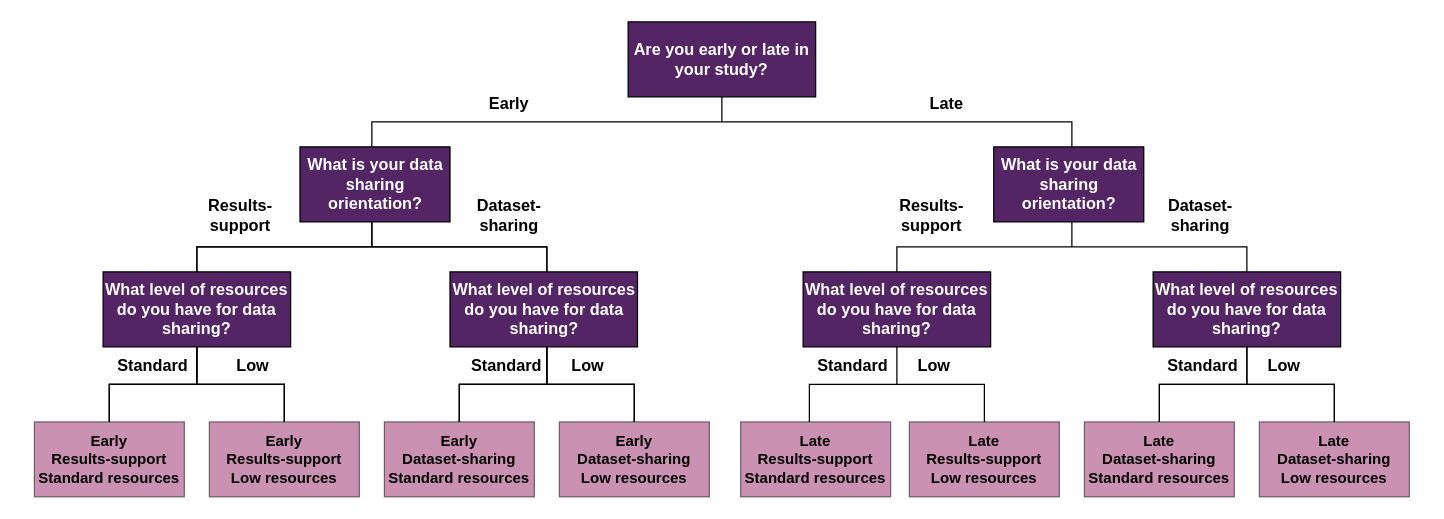
Earlier version of the draw.io diagram docs/fit/best-fit-recs/assets/dec-tree-2.drawio (norc-heal/heal-data-pkg-guide). Source tidied: cells renumbered, new cells numbered last; positions are measured from the earlier drawing's top-left corner, leaving out a move shared by most shapes. Both pictures are drawn from the tidied source at 125%, with x=0, y=0 at pixel (34, 21).
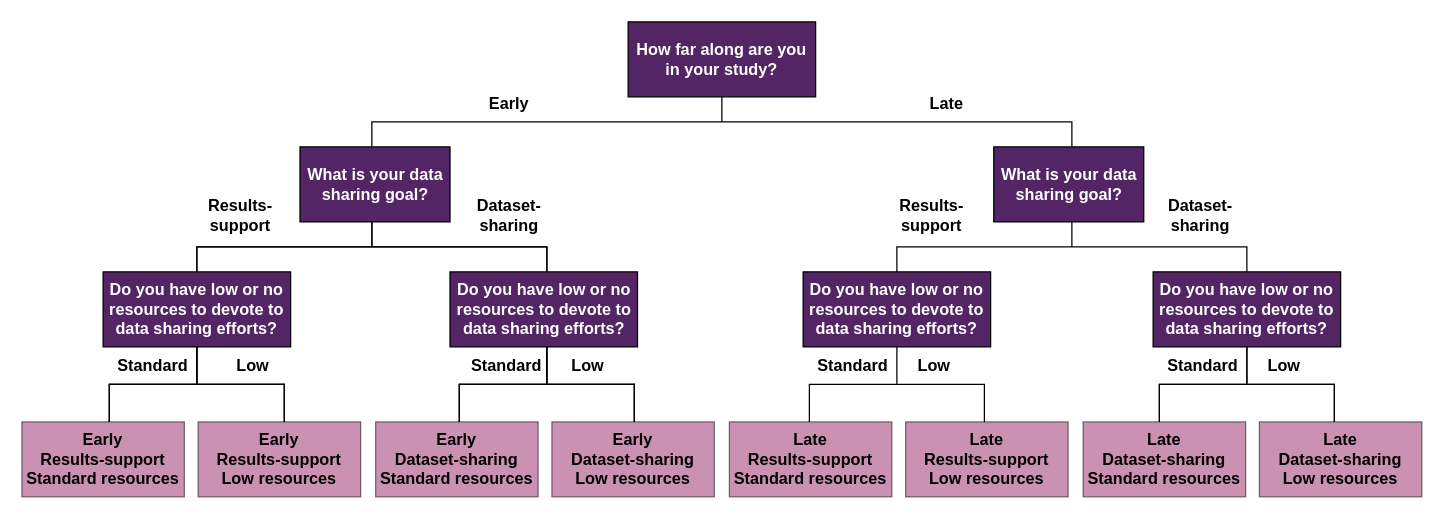
The same diagram, later.

Change to the diagram source:
```diff
@@
-    <mxCell id="6" value="Are you early or late in your study?" style="rounded=0;whiteSpace=wrap;html=1;fontStyle=1;fontSize=13;fillColor=#532565;strokeColor=#000000;fontColor=#FFFFFF;" parent="1" vertex="1">
+    <mxCell id="6" value="How far along are you in your study?" style="rounded=0;whiteSpace=wrap;html=1;fontStyle=1;fontSize=13;fillColor=#532565;strokeColor=#000000;fontColor=#FFFFFF;" parent="1" vertex="1">
       <mxGeometry x="475" width="150" height="60" as="geometry" />
     </mxCell>
-    <mxCell id="7" value="What is your data sharing orientation?" style="rounded=0;whiteSpace=wrap;html=1;fontStyle=1;fontSize=13;fillColor=#532565;fontColor=#FFFFFF;" parent="1" vertex="1">
+    <mxCell id="7" value="What is your data sharing goal?" style="rounded=0;whiteSpace=wrap;html=1;fontStyle=1;fontSize=13;fillColor=#532565;fontColor=#FFFFFF;" parent="1" vertex="1">
       <mxGeometry x="212.5" y="100" width="120" height="60" as="geometry" />
     </mxCell>
-    <mxCell id="8" value="What is your data sharing orientation?" style="rounded=0;whiteSpace=wrap;html=1;fontStyle=1;fontSize=13;fillColor=#532565;fontColor=#FFFFFF;" parent="1" vertex="1">
+    <mxCell id="8" value="What is your data sharing goal?" style="rounded=0;whiteSpace=wrap;html=1;fontStyle=1;fontSize=13;fillColor=#532565;fontColor=#FFFFFF;" parent="1" vertex="1">
       <mxGeometry x="767.5" y="100" width="120" height="60" as="geometry" />
     </mxCell>
-    <mxCell id="9" value="What level of resources do you have for data sharing?" style="rounded=0;whiteSpace=wrap;html=1;fontStyle=1;fontSize=13;fillColor=#532565;fontColor=#FFFFFF;" parent="1" vertex="1">
+    <mxCell id="9" value="Do you have low or no resources to devote to data sharing efforts?" style="rounded=0;whiteSpace=wrap;html=1;fontStyle=1;fontSize=13;fillColor=#532565;fontColor=#FFFFFF;" parent="1" vertex="1">
       <mxGeometry x="55" y="200" width="150" height="60" as="geometry" />
     </mxCell>
@@
-    <mxCell id="17" value="Early&lt;br&gt;Results-support&lt;br&gt;Low resources" style="rounded=0;whiteSpace=wrap;html=1;fontStyle=1;fillColor=#982568;opacity=50;" parent="1" vertex="1">
-      <mxGeometry x="140" y="320" width="120" height="60" as="geometry" />
+    <mxCell id="17" value="Early&lt;br style=&quot;font-size: 13px;&quot;&gt;Results-support&lt;br style=&quot;font-size: 13px;&quot;&gt;Low resources" style="rounded=0;whiteSpace=wrap;html=1;fontStyle=1;fillColor=#982568;opacity=50;fontSize=13;" parent="1" vertex="1">
+      <mxGeometry x="131" y="320" width="130" height="60" as="geometry" />
     </mxCell>
-    <mxCell id="18" value="Early&lt;br&gt;Dataset-sharing&lt;br&gt;Standard resources" style="rounded=0;whiteSpace=wrap;html=1;fontStyle=1;fillColor=#982568;opacity=50;" parent="1" vertex="1">
-      <mxGeometry x="280" y="320" width="120" height="60" as="geometry" />
+    <mxCell id="18" value="Early&lt;br style=&quot;font-size: 13px;&quot;&gt;Dataset-sharing&lt;br style=&quot;font-size: 13px;&quot;&gt;Standard resources" style="rounded=0;whiteSpace=wrap;html=1;fontStyle=1;fillColor=#982568;opacity=50;fontSize=13;" parent="1" vertex="1">
+      <mxGeometry x="273" y="320" width="130" height="60" as="geometry" />
     </mxCell>
-    <mxCell id="19" value="Early&lt;br&gt;Dataset-sharing&lt;br&gt;Low resources" style="rounded=0;whiteSpace=wrap;html=1;fontStyle=1;fillColor=#982568;opacity=50;" parent="1" vertex="1">
-      <mxGeometry x="420" y="320" width="120" height="60" as="geometry" />
+    <mxCell id="19" value="Early&lt;br style=&quot;font-size: 13px;&quot;&gt;Dataset-sharing&lt;br style=&quot;font-size: 13px;&quot;&gt;Low resources" style="rounded=0;whiteSpace=wrap;html=1;fontStyle=1;fillColor=#982568;opacity=50;fontSize=13;" parent="1" vertex="1">
+      <mxGeometry x="414" y="320" width="130" height="60" as="geometry" />
     </mxCell>
-    <mxCell id="20" value="Late&lt;br&gt;Results-support&lt;br&gt;Standard resources" style="rounded=0;whiteSpace=wrap;html=1;fontStyle=1;fillColor=#982568;opacity=50;" parent="1" vertex="1">
-      <mxGeometry x="565" y="320" width="120" height="60" as="geometry" />
+    <mxCell id="20" value="Late&lt;br style=&quot;font-size: 13px;&quot;&gt;Results-support&lt;br style=&quot;font-size: 13px;&quot;&gt;Standard resources" style="rounded=0;whiteSpace=wrap;html=1;fontStyle=1;fillColor=#982568;opacity=50;fontSize=13;" parent="1" vertex="1">
+      <mxGeometry x="556" y="320" width="130" height="60" as="geometry" />
     </mxCell>
-    <mxCell id="21" value="Late&lt;br&gt;Results-support&lt;br&gt;Low resources" style="rounded=0;whiteSpace=wrap;html=1;fontStyle=1;fillColor=#982568;opacity=50;" parent="1" vertex="1">
-      <mxGeometry x="700" y="320" width="120" height="60" as="geometry" />
+    <mxCell id="21" value="Late&lt;br style=&quot;font-size: 13px;&quot;&gt;Results-support&lt;br style=&quot;font-size: 13px;&quot;&gt;Low resources" style="rounded=0;whiteSpace=wrap;html=1;fontStyle=1;fillColor=#982568;opacity=50;fontSize=13;" parent="1" vertex="1">
+      <mxGeometry x="697" y="320" width="130" height="60" as="geometry" />
     </mxCell>
-    <mxCell id="22" value="Late&lt;br&gt;Dataset-sharing&lt;br&gt;Standard resources" style="rounded=0;whiteSpace=wrap;html=1;fontStyle=1;fillColor=#982568;opacity=50;" parent="1" vertex="1">
-      <mxGeometry x="840" y="320" width="120" height="60" as="geometry" />
+    <mxCell id="22" value="Late&lt;br style=&quot;font-size: 13px;&quot;&gt;Dataset-sharing&lt;br style=&quot;font-size: 13px;&quot;&gt;Standard resources" style="rounded=0;whiteSpace=wrap;html=1;fontStyle=1;fillColor=#982568;opacity=50;fontSize=13;" parent="1" vertex="1">
+      <mxGeometry x="839" y="320" width="130" height="60" as="geometry" />
     </mxCell>
-    <mxCell id="23" value="Late&lt;br&gt;Dataset-sharing&lt;br&gt;Low resources" style="rounded=0;whiteSpace=wrap;html=1;fontStyle=1;fillColor=#982568;opacity=50;" parent="1" vertex="1">
-      <mxGeometry x="980" y="320" width="120" height="60" as="geometry" />
+    <mxCell id="23" value="Late&lt;br style=&quot;font-size: 13px;&quot;&gt;Dataset-sharing&lt;br style=&quot;font-size: 13px;&quot;&gt;Low resources" style="rounded=0;whiteSpace=wrap;html=1;fontStyle=1;fillColor=#982568;opacity=50;fontSize=13;" parent="1" vertex="1">
+      <mxGeometry x="980" y="320" width="130" height="60" as="geometry" />
     </mxCell>
@@
-    <mxCell id="37" value="Early&lt;br&gt;Results-support&lt;br&gt;Standard resources" style="rounded=0;whiteSpace=wrap;html=1;fontStyle=1;fillColor=#982568;opacity=50;" parent="1" vertex="1">
-      <mxGeometry y="320" width="120" height="60" as="geometry" />
+    <mxCell id="37" value="Early&lt;br style=&quot;font-size: 13px;&quot;&gt;Results-support&lt;br style=&quot;font-size: 13px;&quot;&gt;Standard resources" style="rounded=0;whiteSpace=wrap;html=1;fontStyle=1;fillColor=#982568;opacity=50;fontSize=13;" parent="1" vertex="1">
+      <mxGeometry x="-10" y="320" width="130" height="60" as="geometry" />
     </mxCell>
@@
-    <mxCell id="44" value="What level of resources do you have for data sharing?" style="rounded=0;whiteSpace=wrap;html=1;fontStyle=1;fontSize=13;fillColor=#532565;fontColor=#FFFFFF;" parent="1" vertex="1">
+    <mxCell id="44" value="Do you have low or no resources to devote to data sharing efforts?" style="rounded=0;whiteSpace=wrap;html=1;fontStyle=1;fontSize=13;fillColor=#532565;fontColor=#FFFFFF;" parent="1" vertex="1">
       <mxGeometry x="332.5" y="200" width="150" height="60" as="geometry" />
     </mxCell>
-    <mxCell id="45" value="What level of resources do you have for data sharing?" style="rounded=0;whiteSpace=wrap;html=1;fontStyle=1;fontSize=13;fillColor=#532565;fontColor=#FFFFFF;" parent="1" vertex="1">
+    <mxCell id="45" value="Do you have low or no resources to devote to data sharing efforts?" style="rounded=0;whiteSpace=wrap;html=1;fontStyle=1;fontSize=13;fillColor=#532565;fontColor=#FFFFFF;" parent="1" vertex="1">
       <mxGeometry x="615" y="200" width="150" height="60" as="geometry" />
     </mxCell>
-    <mxCell id="46" value="What level of resources do you have for data sharing?" style="rounded=0;whiteSpace=wrap;html=1;fontStyle=1;fontSize=13;fillColor=#532565;fontColor=#FFFFFF;" parent="1" vertex="1">
+    <mxCell id="46" value="Do you have low or no resources to devote to data sharing efforts?" style="rounded=0;whiteSpace=wrap;html=1;fontStyle=1;fontSize=13;fillColor=#532565;fontColor=#FFFFFF;" parent="1" vertex="1">
       <mxGeometry x="895" y="200" width="150" height="60" as="geometry" />
     </mxCell>
```
